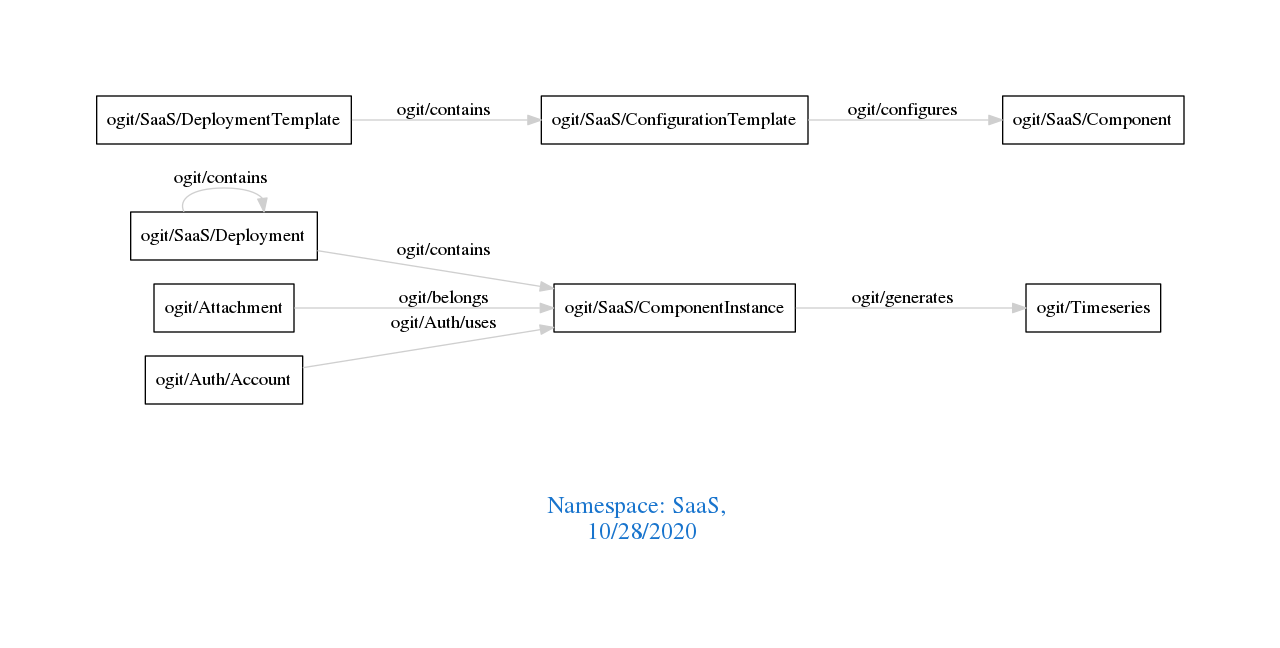
The Graphviz diagram downloads/SaaS.png in arago/OGIT, before a commit. Its source is kept beside it as downloads/SaaS.dot.
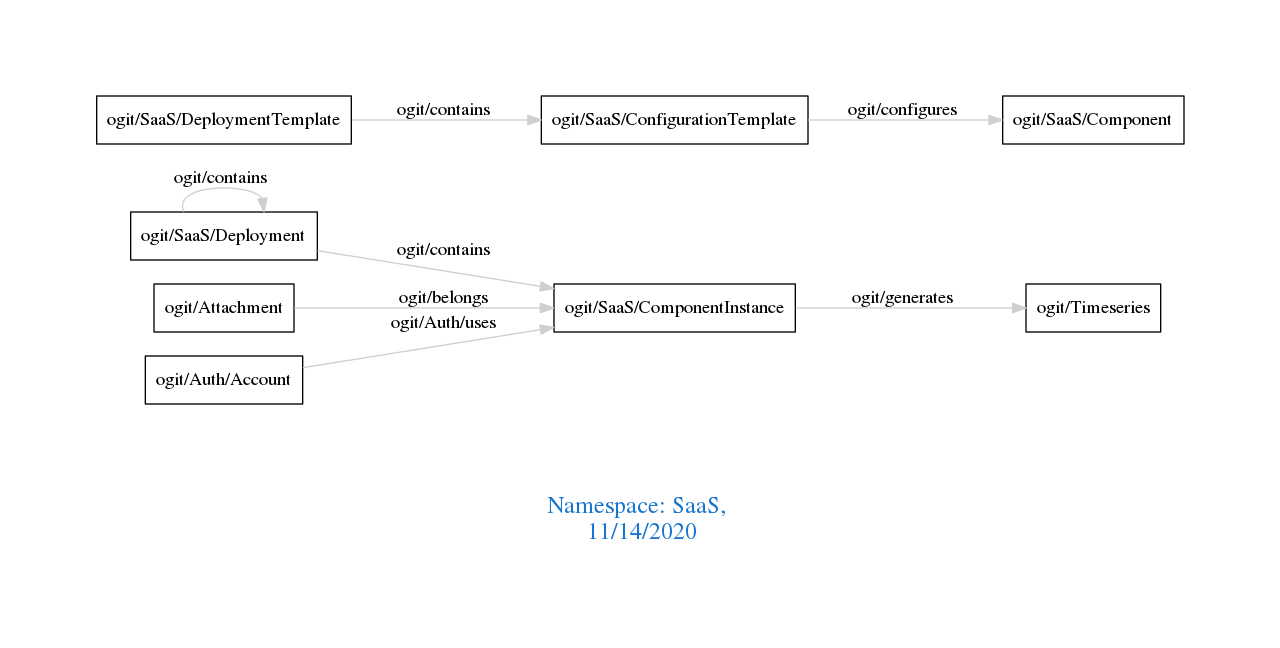
The same file after the commit.

The edit, as a diff of the source:
```diff
@@ -1,7 +1,7 @@
 digraph OGIT_ontology {
  graph [ rankdir= LR,pad=1
 fontsize = 18,
-fontcolor= dodgerblue3,label = "\n\n\nNamespace: SaaS, \n 10/28/2020"];
+fontcolor= dodgerblue3,label = "\n\n\nNamespace: SaaS, \n 11/14/2020"];
 node[shape=polygon];
 edge [  color="gray81"];
 
```
